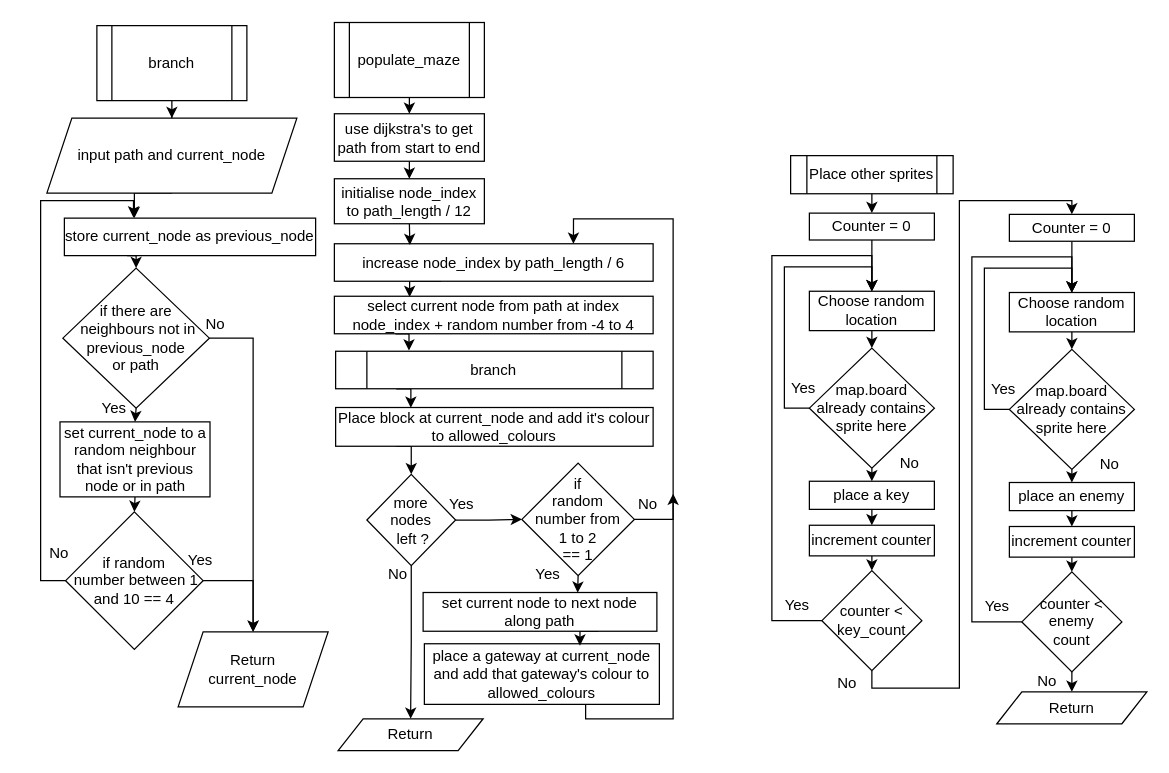
Scaniox/H446-programming-project keeps this draw.io diagram as maze population.drawio. Above is the earlier version. Source tidied: cells renumbered, new cells numbered last; positions are measured from the earlier drawing's top-left corner, leaving out a move shared by most shapes. Both pictures are drawn from the tidied source at 125%, with x=0, y=0 at pixel (21, 22).
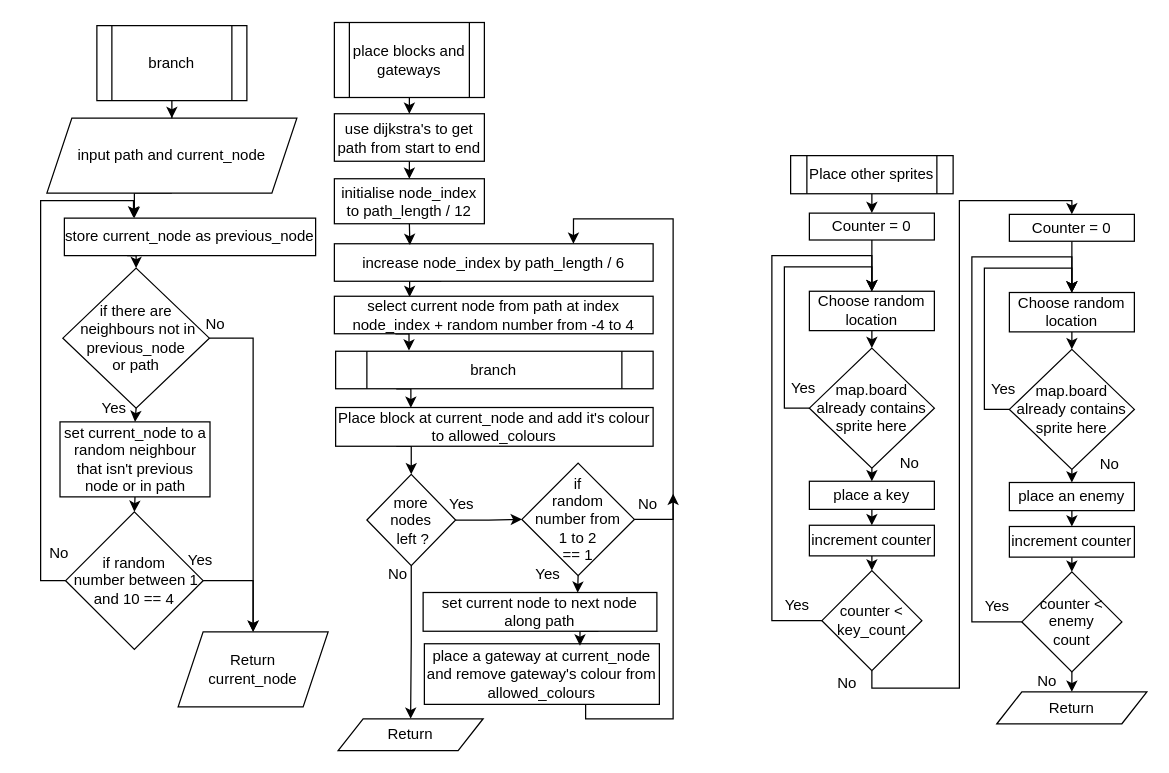
The same diagram, later.

Commit message (it also covers changes not shown here):
design maze population2 12 01 22

What changed in the source:
```diff
@@
-    <mxCell id="3" value="populate_maze" style="shape=process;whiteSpace=wrap;html=1;backgroundOutline=1;" parent="1" vertex="1">
+    <mxCell id="3" value="place blocks and gateways" style="shape=process;whiteSpace=wrap;html=1;backgroundOutline=1;" parent="1" vertex="1">
       <mxGeometry x="250" y="-0.5" width="120" height="60" as="geometry" />
     </mxCell>
@@
-    <mxCell id="13" value="place a gateway at current_node and add that gateway's colour to allowed_colours" style="rounded=0;whiteSpace=wrap;html=1;" parent="1" vertex="1">
+    <mxCell id="13" value="place a gateway at current_node and remove gateway's colour from allowed_colours" style="rounded=0;whiteSpace=wrap;html=1;" parent="1" vertex="1">
       <mxGeometry x="322" y="496.5" width="188" height="48.5" as="geometry" />
     </mxCell>
```
